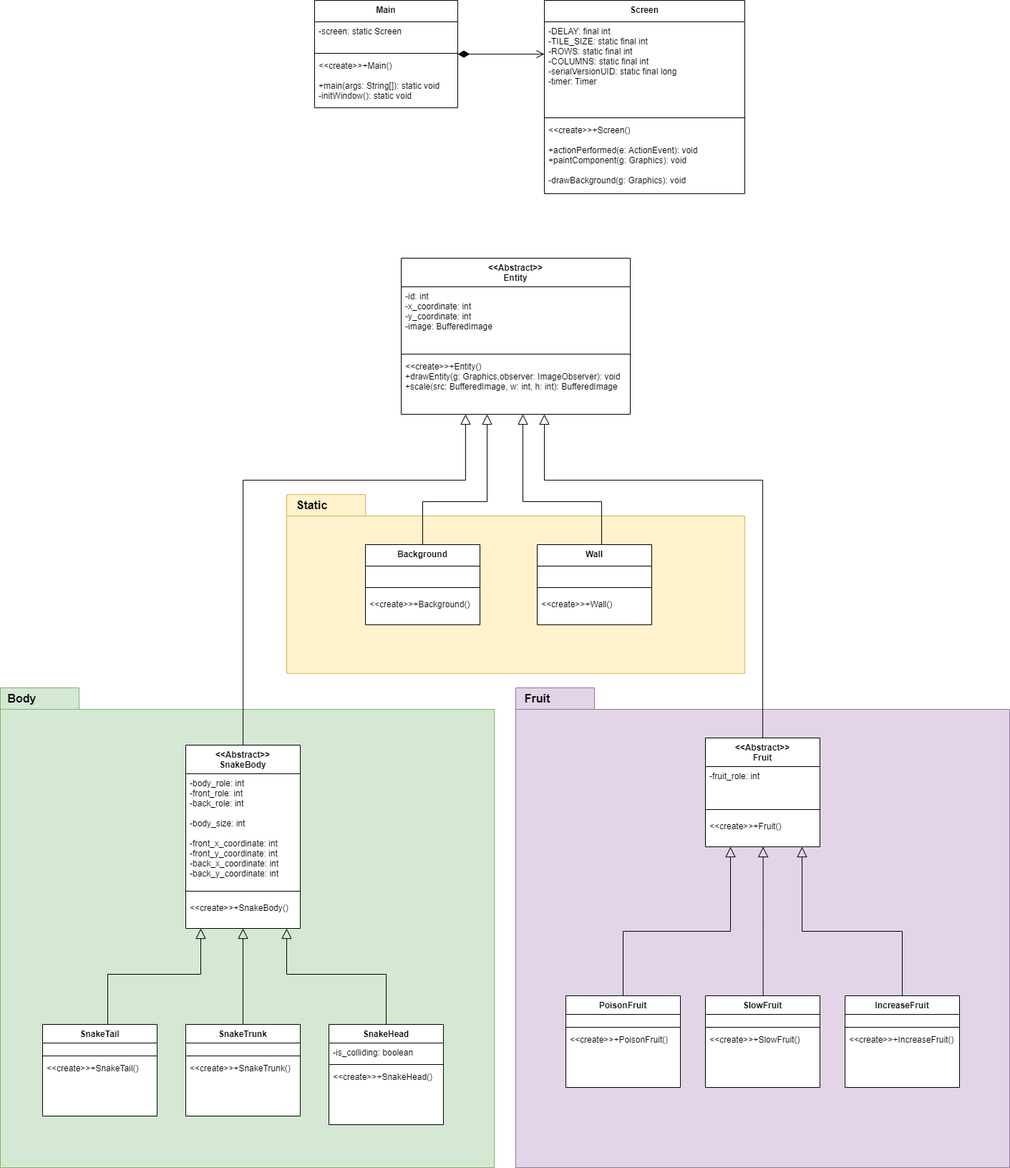
Earlier version of the draw.io export snake-game-uml.drawio.png (daniapc/snake-game). Source tidied: cells renumbered, new cells last; positions are measured from the earlier drawing's top-left corner, leaving out a move shared by most shapes.
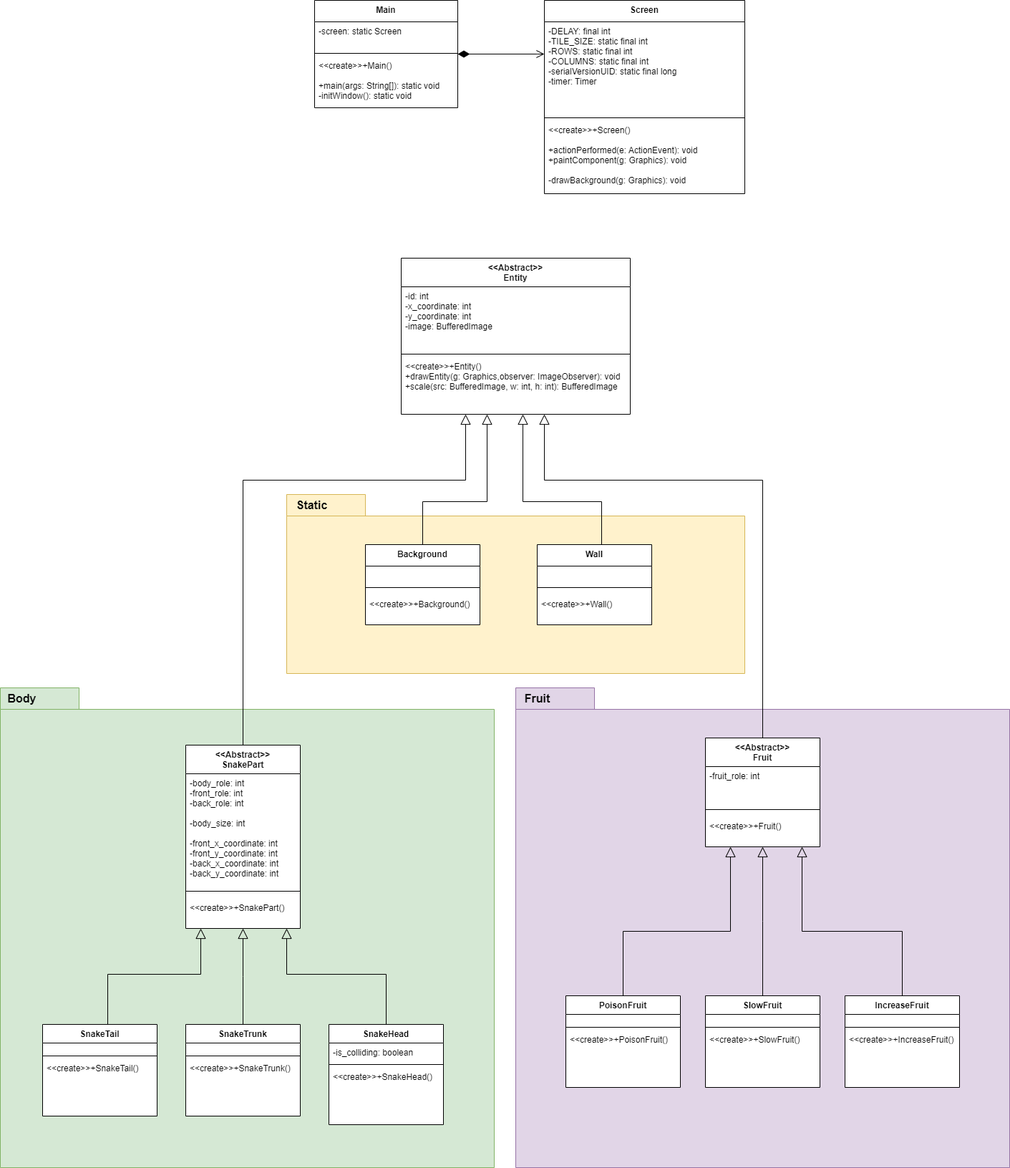
After the commit.

Commit message:
Creating Snake classes

Diff of the diagram source:
```diff
@@ -17,7 +17,7 @@
     <mxCell id="6" value="&lt;&lt;create&gt;&gt;+Entity()&#10;+drawEntity(g: Graphics,observer: ImageObserver): void&#10;+scale(src: BufferedImage, w: int, h: int): BufferedImage" style="text;strokeColor=none;fillColor=none;align=left;verticalAlign=top;spacingLeft=4;spacingRight=4;overflow=hidden;points=[[0,0.5],[1,0.5]];portConstraint=eastwest;" parent="3" vertex="1">
       <mxGeometry y="138" width="320" height="80" as="geometry" />
     </mxCell>
-    <mxCell id="7" value="&lt;&lt;Abstract&gt;&gt;&#10;SnakeBody" style="swimlane;fontStyle=1;align=center;verticalAlign=top;horizontal=1;startSize=40;gradientColor=none;swimlaneFillColor=default;" parent="1" vertex="1">
+    <mxCell id="7" value="&lt;&lt;Abstract&gt;&gt;&#10;SnakePart" style="swimlane;fontStyle=1;align=center;verticalAlign=top;horizontal=1;startSize=40;gradientColor=none;swimlaneFillColor=default;" parent="1" vertex="1">
       <mxGeometry x="259" y="1040" width="160" height="256" as="geometry" />
     </mxCell>
     <mxCell id="8" value="-body_role: int&#10;-front_role: int&#10;-back_role: int&#10;&#10;-body_size: int&#10;&#10;-front_x_coordinate: int&#10;-front_y_coordinate: int&#10;-back_x_coordinate: int&#10;-back_y_coordinate: int" style="text;align=left;verticalAlign=top;spacingLeft=4;spacingRight=4;overflow=hidden;" parent="7" vertex="1">
@@ -26,7 +26,7 @@
     <mxCell id="9" style="line;strokeWidth=1;fillColor=none;align=left;verticalAlign=middle;spacingTop=-1;spacingLeft=3;spacingRight=3;labelPosition=right;" parent="7" vertex="1">
       <mxGeometry y="194" width="160" height="20" as="geometry" />
     </mxCell>
-    <mxCell id="10" value="&lt;&lt;create&gt;&gt;+SnakeBody()" style="text;strokeColor=none;fillColor=none;align=left;verticalAlign=top;spacingLeft=4;spacingRight=4;overflow=hidden;points=[[0,0.5],[1,0.5]];portConstraint=eastwest;" parent="7" vertex="1">
+    <mxCell id="10" value="&lt;&lt;create&gt;&gt;+SnakePart()" style="text;strokeColor=none;fillColor=none;align=left;verticalAlign=top;spacingLeft=4;spacingRight=4;overflow=hidden;points=[[0,0.5],[1,0.5]];portConstraint=eastwest;" parent="7" vertex="1">
       <mxGeometry y="214" width="160" height="42" as="geometry" />
     </mxCell>
     <mxCell id="11" value="SnakeHead" style="swimlane;fontStyle=1;align=center;verticalAlign=top;horizontal=1;startSize=26;swimlaneFillColor=default;" parent="1" vertex="1">
```
